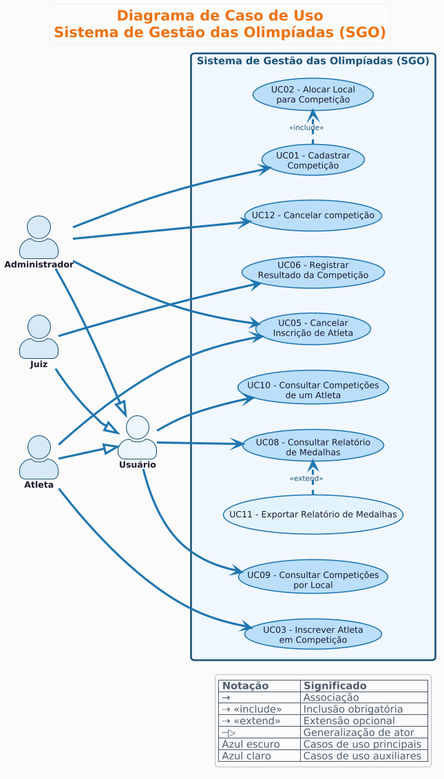
Before: sgo/imagens/diagrama-de-caso-de-uso.png, a diagram exported from PlantUML (LauraPontara/projeto-de-software). Its source is kept beside it as sgo/codigos/diagrama-de-caso-de-uso.puml.
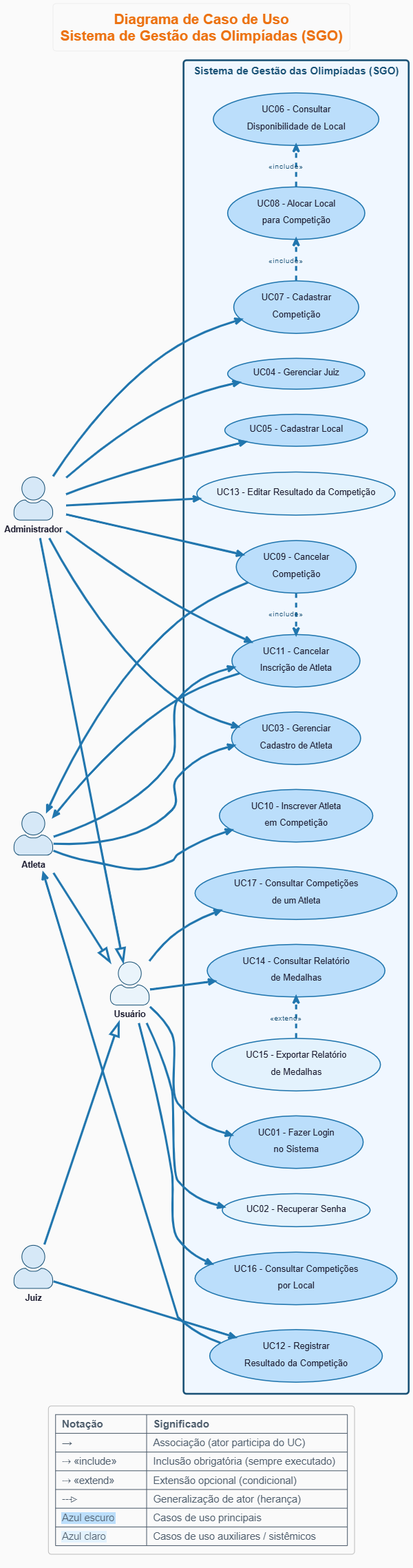
The same diagram one commit later.

Commit message:
Atualiza diagrama de caso de uso

Change to the diagram source:
```diff
@@ -1,4 +1,4 @@
-@startuml
+@startuml diagrama-de-caso-de-uso-sgo
 !theme aws-orange
 
 title Diagrama de Caso de Uso\nSistema de Gestão das Olimpíadas (SGO)
@@ -41,59 +41,86 @@
 left to right direction
 
 actor "Administrador" as Admin #D6E8F7
-actor "Juiz" as Juiz #D6E8F7
-actor "Usuário" as User #EAF4FB
-actor "Atleta" as Atl #D6E8F7
+actor "Juiz"          as Juiz  #D6E8F7
+actor "Atleta"        as Atl   #D6E8F7
+actor "Usuário"       as User  #EAF4FB
 
 Admin --|> User
-Juiz --|> User
-Atl --|> User
+Juiz  --|> User
+Atl   --|> User
 
 rectangle "Sistema de Gestão das Olimpíadas (SGO)" {
 
-  usecase "UC01 - Cadastrar\nCompetição" as UC01 #BBDEFB
+  usecase "UC01 - Fazer Login\nno Sistema" as UC01 #BBDEFB
+  usecase "UC02 - Recuperar Senha" as UC02 #E3F2FD
 
-  usecase "UC02 - Alocar Local\npara Competição" as UC02 #BBDEFB
+  usecase "UC03 - Gerenciar\nCadastro de Atleta" as UC03 #BBDEFB
+  usecase "UC04 - Gerenciar Juiz" as UC04 #BBDEFB
 
-  usecase "UC03 - Inscrever Atleta\nem Competição" as UC03 #BBDEFB
+  usecase "UC05 - Cadastrar Local" as UC05 #BBDEFB
+  usecase "UC06 - Consultar\nDisponibilidade de Local" as UC06 #BBDEFB
 
-  usecase "UC05 - Cancelar\nInscrição de Atleta" as UC05 #BBDEFB
+  usecase "UC07 - Cadastrar\nCompetição" as UC07 #BBDEFB
+  usecase "UC08 - Alocar Local\npara Competição" as UC08 #BBDEFB
+  usecase "UC09 - Cancelar\nCompetição" as UC09 #BBDEFB
 
-  usecase "UC06 - Registrar\nResultado da Competição" as UC06 #BBDEFB
+  usecase "UC10 - Inscrever Atleta\nem Competição" as UC10 #BBDEFB
+  usecase "UC11 - Cancelar\nInscrição de Atleta" as UC11 #BBDEFB
 
-  usecase "UC08 - Consultar Relatório\nde Medalhas" as UC08 #BBDEFB
+  usecase "UC12 - Registrar\nResultado da Competição" as UC12 #BBDEFB
+  usecase "UC13 - Editar Resultado da Competição" as UC13 #E3F2FD
 
-  usecase "UC09 - Consultar Competições\npor Local" as UC09 #BBDEFB
+  usecase "UC14 - Consultar Relatório\nde Medalhas" as UC14 #BBDEFB
+  usecase "UC15 - Exportar Relatório\nde Medalhas" as UC15 #E3F2FD
+  usecase "UC16 - Consultar Competições\npor Local" as UC16 #BBDEFB
+  usecase "UC17 - Consultar Competições\nde um Atleta" as UC17 #BBDEFB
 
-  usecase "UC10 - Consultar Competições\nde um Atleta" as UC10 #BBDEFB
 
-  usecase "UC11 - Exportar Relatório de Medalhas" as UC11  #E3F2FD
-
-  usecase "UC12 - Cancelar competição" as UC12  #BBDEFB
 
 }
 
-Admin --> UC01
+
+User  --> UC01
+User  --> UC02
+
 Atl   --> UC03
-Juiz  --> UC06
-User  --> UC08
-User  --> UC09
-User  --> UC10
-Atl --> UC05
+Admin --> UC03
+Admin --> UC04
+
 Admin --> UC05
-Admin --> UC12
 
-UC01 .> UC02 : <<include>>
+Admin --> UC07
+Admin --> UC09
 
-UC11 .> UC08 : <<extend>>
+Atl   --> UC10
+Atl   --> UC11
+Admin --> UC11
 
-legend right
-  |= Notação         |= Significado             |
-  | →              | Associação               |
-  | ⇢ <<include>>    | Inclusão obrigatória     |
-  | ⇢ <<extend>>     | Extensão opcional        |
-  | ┄▷          | Generalização de ator    |
-  | Azul escuro| Casos de uso principais |
-  | Azul claro  | Casos de uso auxiliares  |
+Juiz  --> UC12
+Admin --> UC13
+
+User  --> UC14
+User  --> UC16
+User  --> UC17
+
+UC12 --> Atl
+UC11 --> Atl
+UC09 --> Atl
+
+UC07 .> UC08  : <<include>>
+UC08 .> UC06  : <<include>>
+UC09 .> UC11  : <<include>>
+
+UC15 .> UC14  : <<extend>>
+
+legend bottom
+  |= Notação              |= Significado                              |
+  | →                   | Associação (ator participa do UC)         |
+  | ⇢ <<include>>         | Inclusão obrigatória (sempre executado)   |
+  | ⇢ <<extend>>          | Extensão opcional (condicional)           |
+  | ┄▷               | Generalização de ator (herança)           |
+  |<back:#BBDEFB> Azul escuro </back>| Casos de uso principais                   |
+  |<back:#E3F2FD> Azul claro  </back>| Casos de uso auxiliares / sistêmicos      |
 endlegend
+
 @enduml
```
